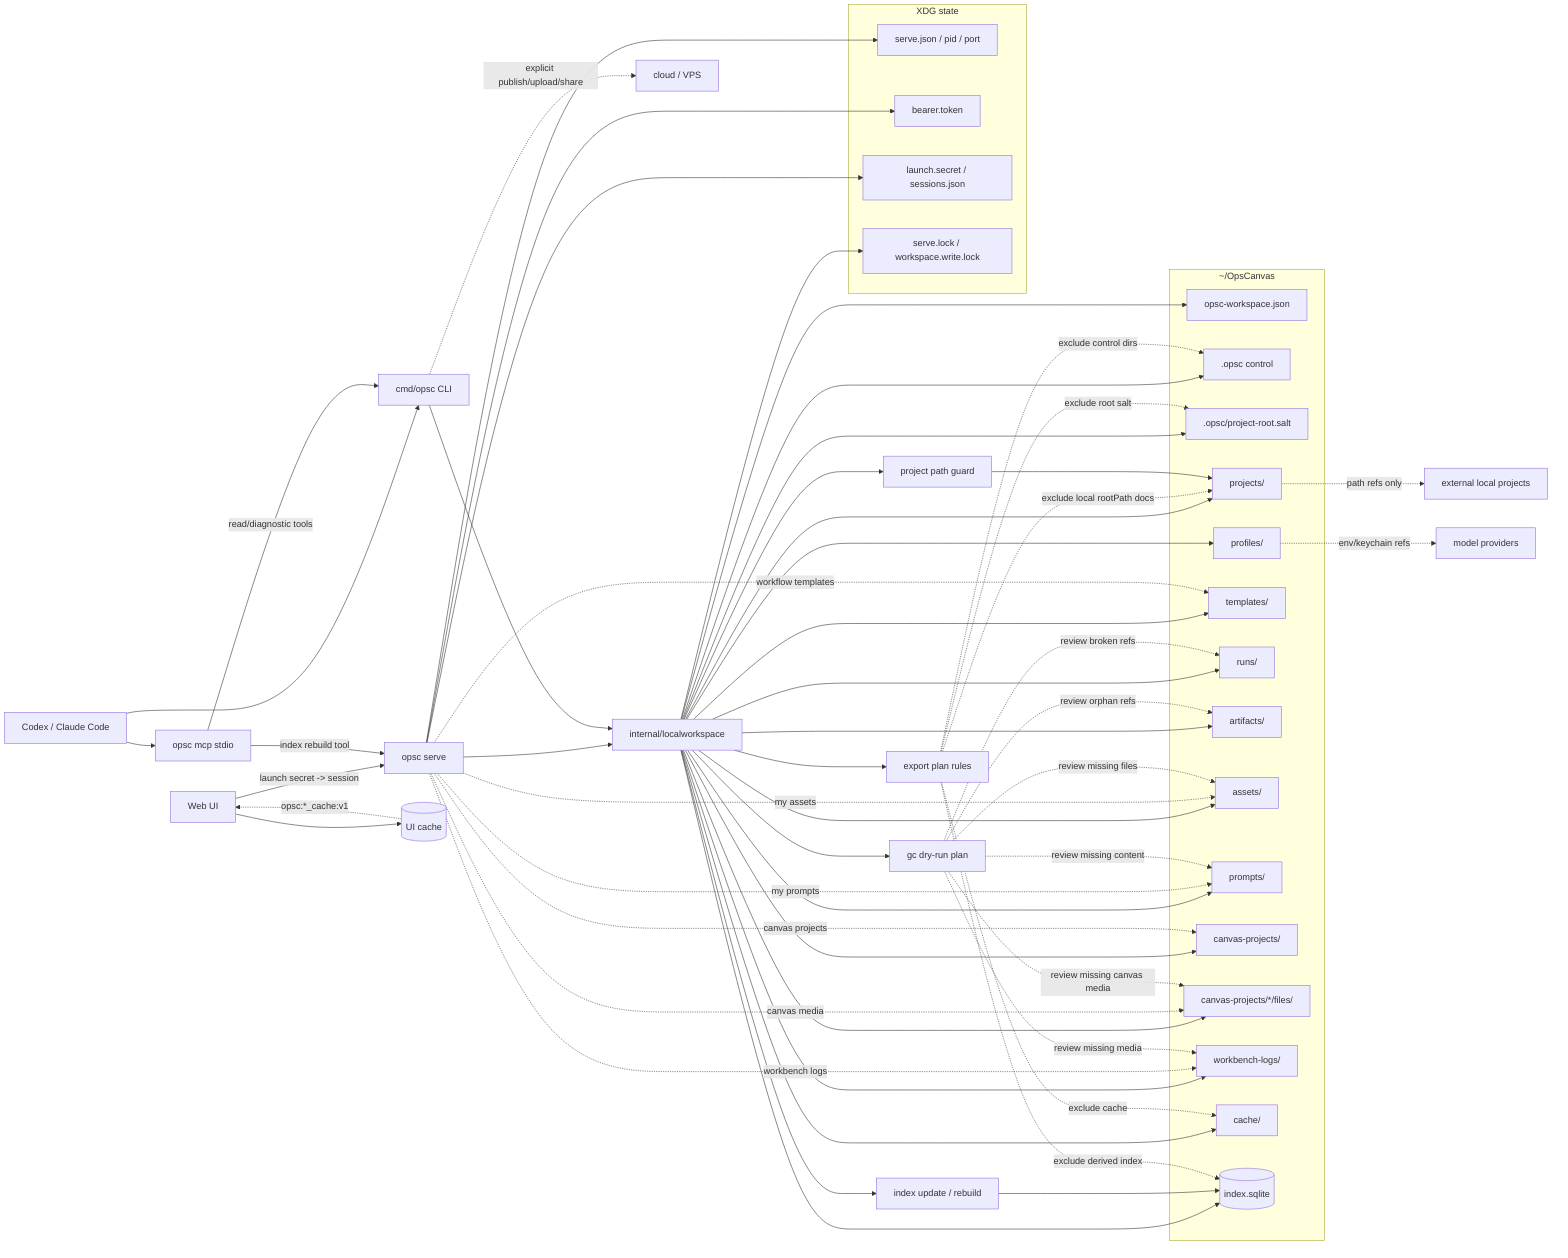
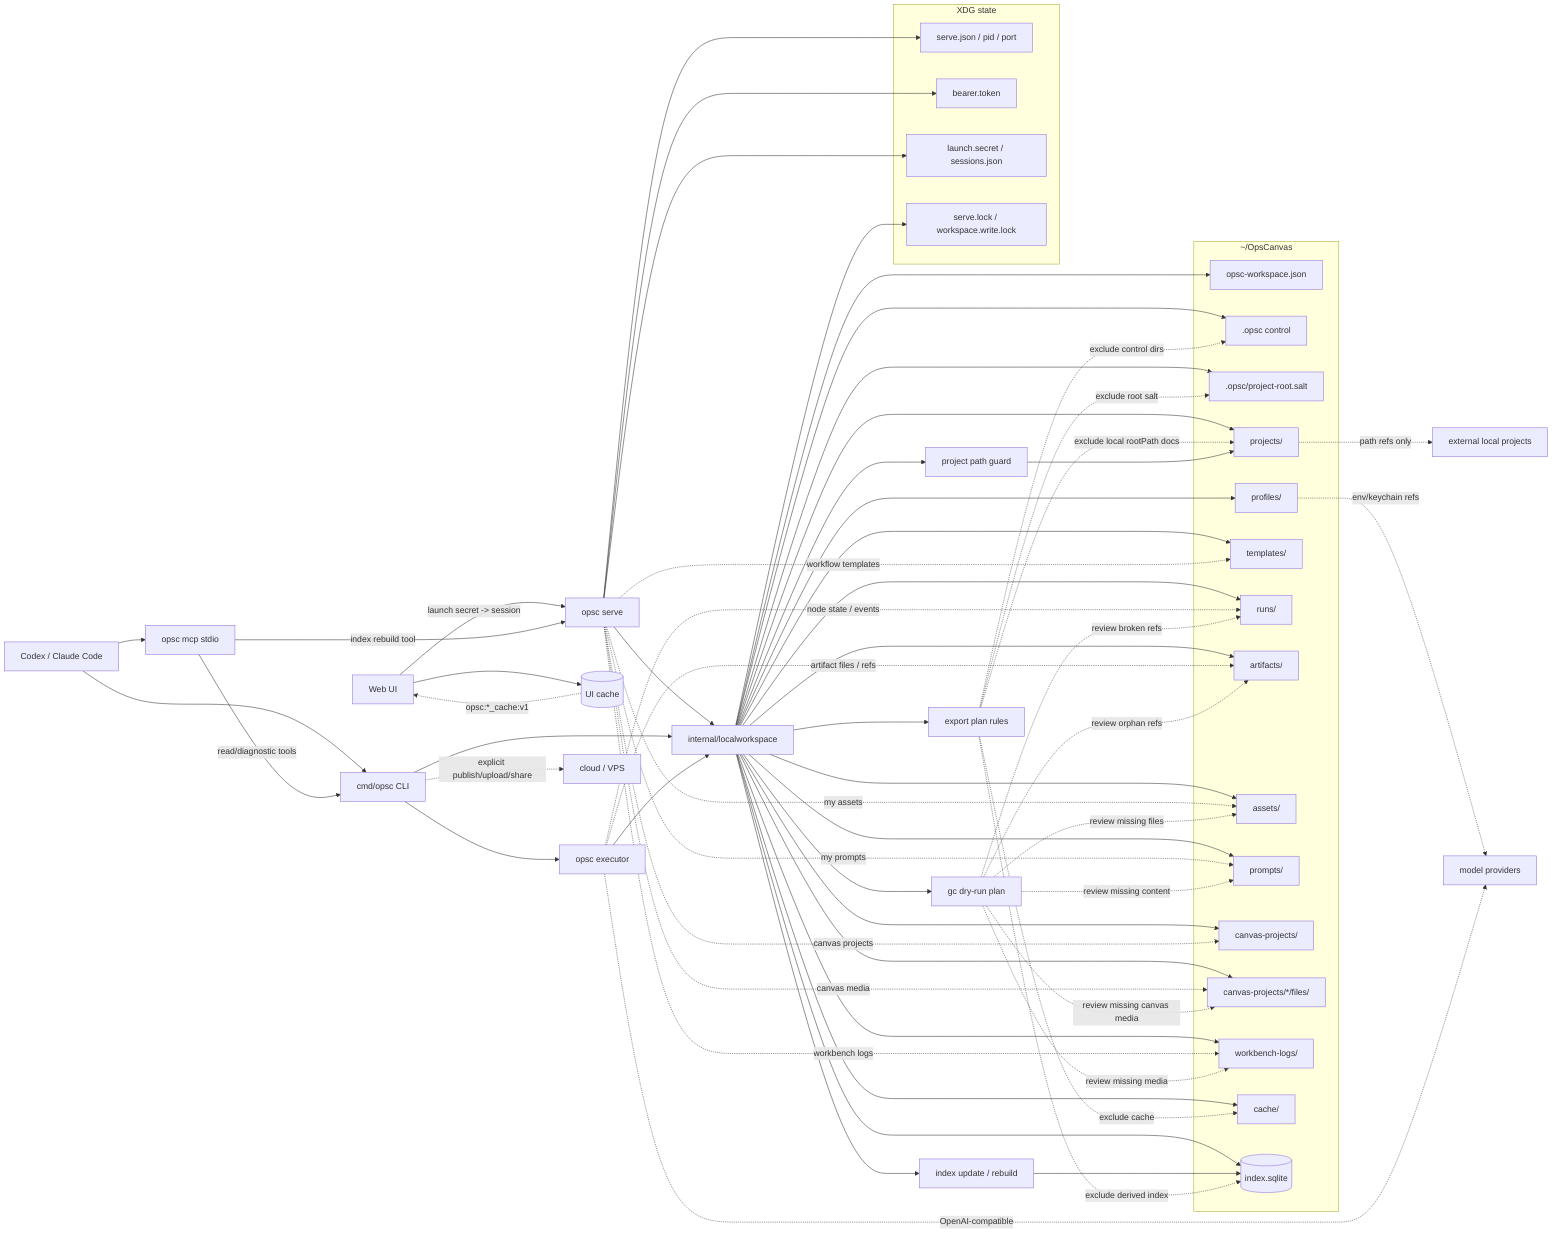
flowchart LR
  Agent["Codex / Claude Code"] --> CLI["cmd/opsc CLI"]
  Agent --> MCP["opsc mcp stdio"]
  Browser["Web UI"] -- "launch secret -> session" --> Serve["opsc serve"]
  Browser --> BrowserCache[("UI cache")]
+   CLI --> Executor["opsc executor"]
  MCP -- "read/diagnostic tools" --> CLI
  MCP -- "index rebuild tool" --> Serve
  Serve --> Core["internal/localworkspace"]
  CLI --> Core
+   Executor --> Core
  Core --> IndexOps["index update / rebuild"]
  Core --> ExportPlan["export plan rules"]
  Core --> GCPlan["gc dry-run plan"]
  Core --> ProjectGuard["project path guard"]

  subgraph Workspace["~/OpsCanvas"]
    WorkspaceFile["opsc-workspace.json"]
    Control[".opsc control"]
    RootSalt[".opsc/project-root.salt"]
    Profiles["profiles/"]
    Projects["projects/"]
    Templates["templates/"]
    Runs["runs/"]
    Artifacts["artifacts/"]
    Assets["assets/"]
    Prompts["prompts/"]
    CanvasProjects["canvas-projects/"]
    CanvasFiles["canvas-projects/*/files/"]
    WorkbenchLogs["workbench-logs/"]
    Cache["cache/"]
    Index[("index.sqlite")]
  end

  Core --> WorkspaceFile
  Core --> Control
  Core --> RootSalt
  Core --> Profiles
  Core --> Projects
  Core --> Templates
  Core --> Runs
  Core --> Artifacts
  Core --> Assets
  Core --> Prompts
  Core --> CanvasProjects
  Core --> CanvasFiles
  Core --> WorkbenchLogs
  Core --> Cache
  Core --> Index
  IndexOps --> Index
  subgraph RuntimeState["XDG state"]
    Runtime["serve.json / pid / port"]
    Token["bearer.token"]
    Session["launch.secret / sessions.json"]
    Locks["serve.lock / workspace.write.lock"]
  end

  Serve --> Runtime
  Serve --> Token
  Serve --> Session
  Core --> Locks
  BrowserCache -. "opsc:*_cache:v1" .-> Browser
  Serve -. "my assets" .-> Assets
  Serve -. "my prompts" .-> Prompts
  Serve -. "workflow templates" .-> Templates
  Serve -. "canvas projects" .-> CanvasProjects
  Serve -. "canvas media" .-> CanvasFiles
  Serve -. "workbench logs" .-> WorkbenchLogs
+   Executor -. "node state / events" .-> Runs
+   Executor -. "artifact files / refs" .-> Artifacts

  ExportPlan -. "exclude control dirs" .-> Control
  ExportPlan -. "exclude root salt" .-> RootSalt
  ExportPlan -. "exclude cache" .-> Cache
  ExportPlan -. "exclude derived index" .-> Index
  ExportPlan -. "exclude local rootPath docs" .-> Projects
  GCPlan -. "review orphan refs" .-> Artifacts
  GCPlan -. "review broken refs" .-> Runs
  GCPlan -. "review missing files" .-> Assets
  GCPlan -. "review missing content" .-> Prompts
  GCPlan -. "review missing canvas media" .-> CanvasFiles
  GCPlan -. "review missing media" .-> WorkbenchLogs

  ProjectGuard --> Projects
  Projects -. "path refs only" .-> LocalProjects["external local projects"]
  Profiles -. "env/keychain refs" .-> ModelProviders["model providers"]
+   Executor -. "OpenAI-compatible" .-> ModelProviders
  CLI -. "explicit publish/upload/share" .-> Cloud["cloud / VPS"]
